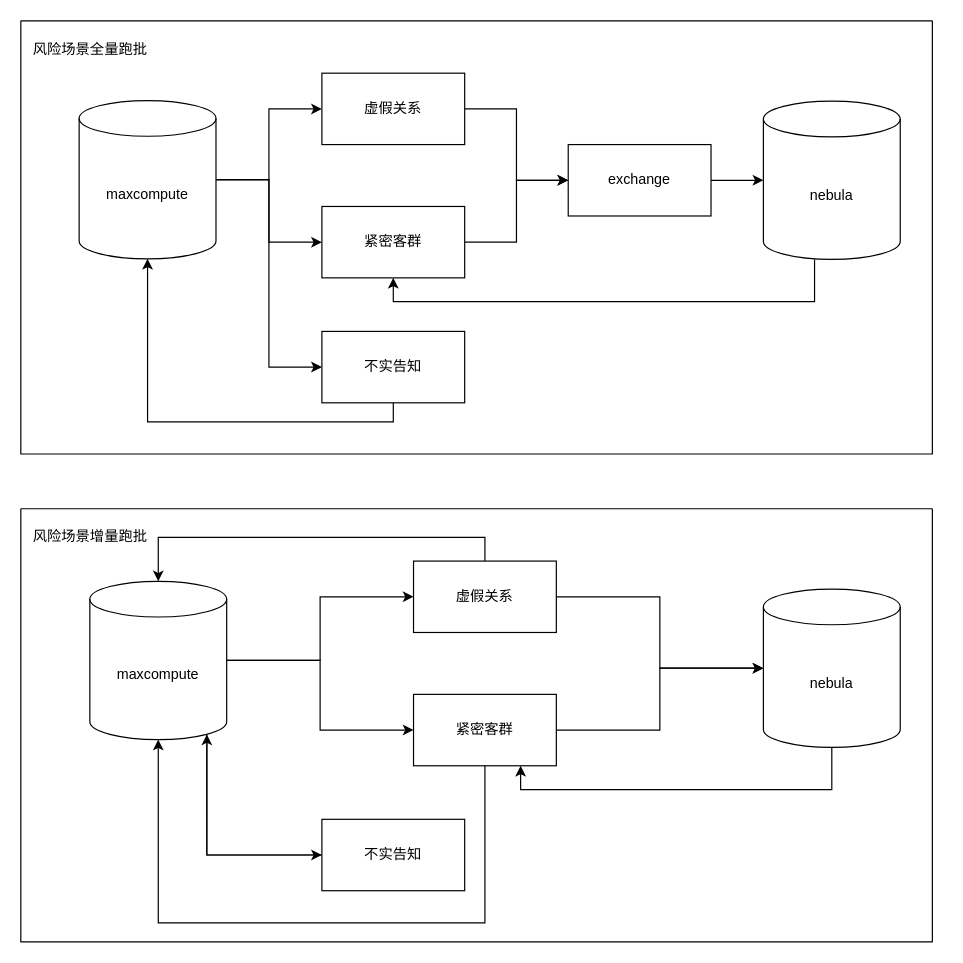
Before: page "Page-2" (2 of 4) of 友邦/友邦事中数据流.drawio in XiaoLiuAI/diagrams, a draw.io diagram. Source tidied: cells renumbered, new cells numbered last; positions are measured from the earlier drawing's top-left corner, leaving out a move shared by most shapes. Both pictures are drawn from the tidied source at 119%, with x=0, y=0 at pixel (20, 20).
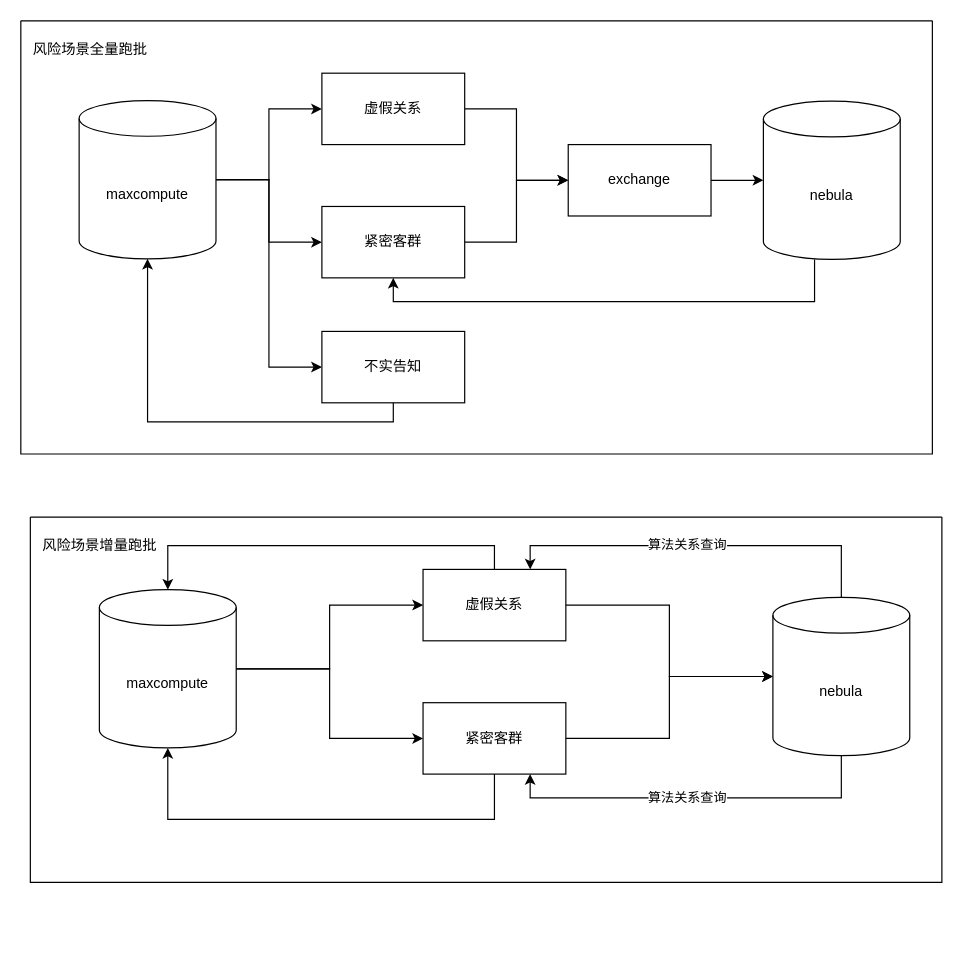
After the change.

The change refers to these unchanged cells:
```xml
<mxCell id="22" value="maxcompute" style="shape=cylinder3;whiteSpace=wrap;html=1;boundedLbl=1;backgroundOutline=1;size=15;" parent="18" vertex="1">
  <mxGeometry x="58" y="61" width="115" height="133" as="geometry" />
</mxCell>
<mxCell id="24" value="虚假关系" style="rounded=0;whiteSpace=wrap;html=1;" parent="18" vertex="1">
  <mxGeometry x="330" y="44" width="120" height="60" as="geometry" />
</mxCell>
<mxCell id="26" value="紧密客群" style="rounded=0;whiteSpace=wrap;html=1;" parent="18" vertex="1">
  <mxGeometry x="330" y="156" width="120" height="60" as="geometry" />
</mxCell>
<mxCell id="28" style="edgeStyle=orthogonalEdgeStyle;rounded=0;jettySize=auto;html=1;exitX=0.5;exitY=1;exitDx=0;exitDy=0;exitPerimeter=0;entryX=0.75;entryY=1;entryDx=0;entryDy=0;" parent="18" edge="1" source="29" target="26">
  <mxGeometry relative="1" as="geometry" />
</mxCell>
<mxCell id="29" value="nebula" style="shape=cylinder3;whiteSpace=wrap;html=1;boundedLbl=1;backgroundOutline=1;size=15;" parent="18" vertex="1">
  <mxGeometry x="624" y="67.5" width="115" height="133" as="geometry" />
</mxCell>
```

Diff of the diagram source:
```diff
@@
     <mxCell id="18" style="swimlane;startSize=0;" parent="1" vertex="1">
-      <mxGeometry y="410" width="766" height="364" as="geometry" />
+      <mxGeometry x="8" y="417" width="766" height="307" as="geometry" />
     </mxCell>
@@
-    <mxCell id="21" style="edgeStyle=orthogonalEdgeStyle;rounded=0;jettySize=auto;html=1;entryX=0;entryY=0.5;entryDx=0;entryDy=0;exitX=0.855;exitY=1;exitDx=0;exitDy=-4.35;exitPerimeter=0;" parent="18" edge="1" source="22" target="30">
-      <mxGeometry relative="1" as="geometry">
-        <Array as="points">
-          <mxPoint x="156" y="291" />
-        </Array>
-      </mxGeometry>
-    </mxCell>
@@
+    <mxCell id="34" value="算法关系查询" style="edgeLabel;html=1;align=center;verticalAlign=middle;" parent="28" vertex="1">
+      <mxGeometry x="0.07" y="-1" relative="1" as="geometry">
+        <mxPoint x="4" as="offset" />
+      </mxGeometry>
+    </mxCell>
+    <mxCell id="35" style="edgeStyle=orthogonalEdgeStyle;rounded=0;jettySize=auto;html=1;exitX=0.5;exitY=0;exitDx=0;exitDy=0;exitPerimeter=0;entryX=0.75;entryY=0;entryDx=0;entryDy=0;" parent="18" edge="1" source="29" target="24">
+      <mxGeometry relative="1" as="geometry" />
+    </mxCell>
+    <mxCell id="36" value="算法关系查询" style="edgeLabel;html=1;align=center;verticalAlign=middle;" parent="35" vertex="1">
+      <mxGeometry x="0.07" y="-2" relative="1" as="geometry" />
+    </mxCell>
@@
-    <mxCell id="30" value="不实告知" style="whiteSpace=wrap;html=1;" parent="18" vertex="1">
-      <mxGeometry x="253" y="261" width="120" height="60" as="geometry" />
-    </mxCell>
@@
     <mxCell id="32" style="edgeStyle=orthogonalEdgeStyle;rounded=0;jettySize=auto;html=1;exitX=0.5;exitY=1;exitDx=0;exitDy=0;entryX=0.5;entryY=1;entryDx=0;entryDy=0;entryPerimeter=0;" parent="18" edge="1" source="26" target="22">
       <mxGeometry relative="1" as="geometry">
         <Array as="points">
-          <mxPoint x="390" y="348" />
-          <mxPoint x="116" y="348" />
+          <mxPoint x="390" y="254" />
+          <mxPoint x="116" y="254" />
         </Array>
       </mxGeometry>
     </mxCell>
-    <mxCell id="33" style="edgeStyle=orthogonalEdgeStyle;rounded=0;jettySize=auto;html=1;exitX=0;exitY=0.5;exitDx=0;exitDy=0;entryX=0.855;entryY=1;entryDx=0;entryDy=-4.35;entryPerimeter=0;" parent="18" edge="1" source="30" target="22">
-      <mxGeometry relative="1" as="geometry" />
-    </mxCell>
```
